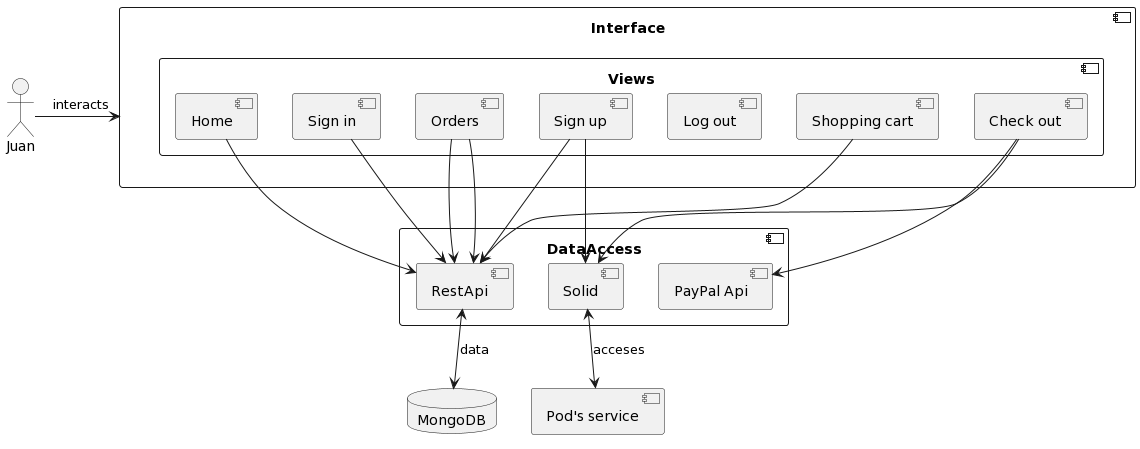
Earlier version of the PlantUML export docs/images/level3.png (Arquisoft/dede_en2a).
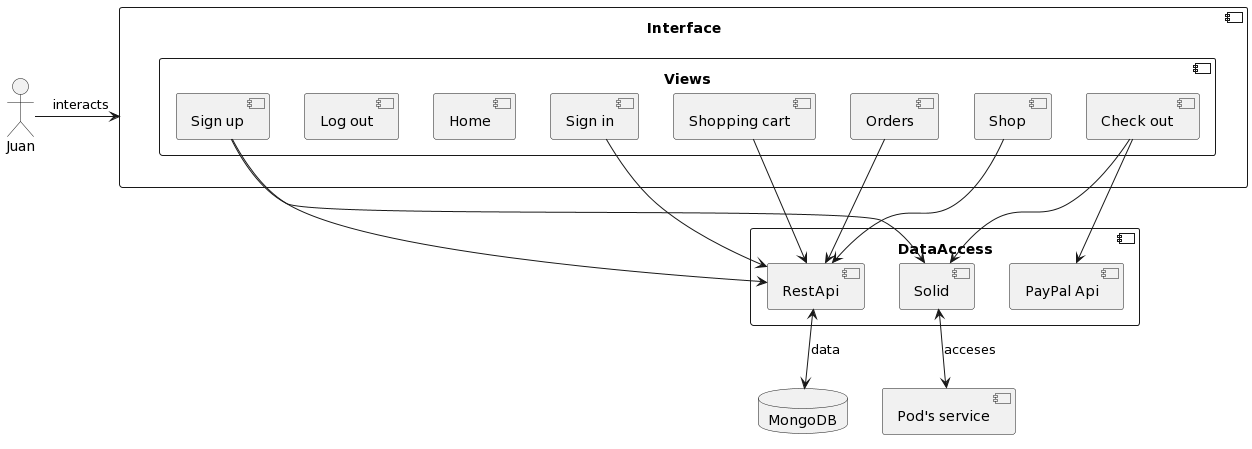
Later version of the same file.

Diff of the diagram source:
```diff
@@ -3,12 +3,13 @@
 
 Component Interface{
     Component vi as "Views"{
+       Component ho as "Home"
+       Component sh as "Shopping cart"
+       Component sho as "Shop"
        Component lo as "Sign in"
        Component re as "Sign up"
        Component out as "Log out"
-       Component ho as "Home"
        Component my as "Orders"
-       Component sh as "Shopping cart"
        Component ck as "Check out"
     }
 }
@@ -23,17 +24,19 @@
 Database db as "MongoDB"
 Juan -right->Interface: interacts
 
-re -down-> sol
+re -right-> sol
 ck -down-> sol
+
+re-right->res
+sho-right->res
+lo-right->res
+sh-right->res
+my-right->res
+
 
 ck -down-> pay
 
-lo -down-> res
-re -down-> res
-my -down-> res
-my -down-> res
-ho -down-> res
-sh -down-> res
+
 
 sol <-down-> pod:acceses
 res <-down-> db:data
```
